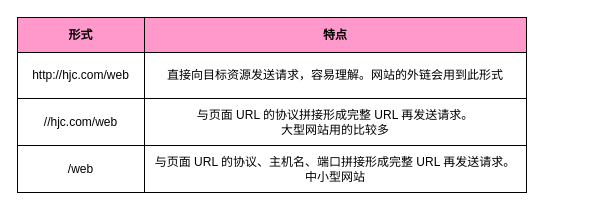
This is page "绝对路径" (9 of 10) of nodejs.drawio from letengzz/Drawing, a draw.io file, before an edit. Source tidied: cells renumbered, new cells numbered last; positions are measured from the earlier drawing's top-left corner, leaving out a move shared by most shapes. Both pictures are drawn from the tidied source at 100%, with x=0, y=0 at pixel (17, 17).
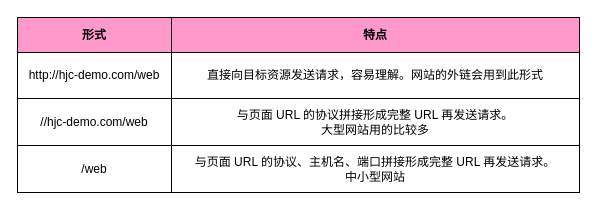
After the change.

Diff of the diagram source:
```diff
@@
 <mxGraphModel>
   <root>
     <mxCell id="0" />
     <mxCell id="1" parent="0" />
     <mxCell id="2" style="childLayout=tableLayout;shadow=0;fillColor=none;" parent="1" vertex="1">
-      <mxGeometry width="509" height="175" as="geometry" />
+      <mxGeometry width="562" height="175" as="geometry" />
     </mxCell>
     <mxCell id="3" style="shape=tableRow;horizontal=0;startSize=0;swimlaneHead=0;swimlaneBody=0;top=0;left=0;bottom=0;right=0;fontStyle=0;fillColor=none;strokeColor=inherit;" parent="2" vertex="1">
-      <mxGeometry width="509" height="35" as="geometry" />
+      <mxGeometry width="562" height="35" as="geometry" />
     </mxCell>
     <mxCell id="4" value="形式" style="strokeColor=inherit;fillColor=#FF99CC;align=center;whiteSpace=wrap;html=1;fontStyle=1;" parent="3" vertex="1">
-      <mxGeometry width="127" height="35" as="geometry" />
+      <mxGeometry width="154" height="35" as="geometry" />
     </mxCell>
     <mxCell id="5" value="特点" style="strokeColor=inherit;fillColor=#FF99CC;align=center;whiteSpace=wrap;html=1;fontStyle=1;" parent="3" vertex="1">
-      <mxGeometry x="127" width="382" height="35" as="geometry" />
+      <mxGeometry x="154" width="408" height="35" as="geometry" />
     </mxCell>
     <mxCell id="6" style="shape=tableRow;horizontal=0;startSize=0;swimlaneHead=0;swimlaneBody=0;top=0;left=0;bottom=0;right=0;fontStyle=0;fillColor=none;strokeColor=inherit;" parent="2" vertex="1">
-      <mxGeometry y="35" width="509" height="46" as="geometry" />
+      <mxGeometry y="35" width="562" height="46" as="geometry" />
     </mxCell>
-    <mxCell id="7" value="http://hjc.com/web" style="strokeColor=inherit;fillColor=none;align=center;whiteSpace=wrap;html=1;" parent="6" vertex="1">
-      <mxGeometry width="127" height="46" as="geometry" />
+    <mxCell id="7" value="http://hjc-demo.com/web" style="strokeColor=inherit;fillColor=none;align=center;whiteSpace=wrap;html=1;" parent="6" vertex="1">
+      <mxGeometry width="154" height="46" as="geometry" />
     </mxCell>
     <mxCell id="8" value="直接向目标资源发送请求，容易理解。网站的外链会用到此形式" style="strokeColor=inherit;fillColor=none;align=center;whiteSpace=wrap;html=1;" parent="6" vertex="1">
-      <mxGeometry x="127" width="382" height="46" as="geometry" />
+      <mxGeometry x="154" width="408" height="46" as="geometry" />
     </mxCell>
     <mxCell id="9" style="shape=tableRow;horizontal=0;startSize=0;swimlaneHead=0;swimlaneBody=0;top=0;left=0;bottom=0;right=0;fontStyle=0;fillColor=none;strokeColor=inherit;" parent="2" vertex="1">
-      <mxGeometry y="81" width="509" height="47" as="geometry" />
+      <mxGeometry y="81" width="562" height="47" as="geometry" />
     </mxCell>
-    <mxCell id="10" value="//hjc.com/web" style="strokeColor=inherit;fillColor=none;align=center;whiteSpace=wrap;html=1;" parent="9" vertex="1">
-      <mxGeometry width="127" height="47" as="geometry" />
+    <mxCell id="10" value="//hjc-demo.com/web" style="strokeColor=inherit;fillColor=none;align=center;whiteSpace=wrap;html=1;" parent="9" vertex="1">
+      <mxGeometry width="154" height="47" as="geometry" />
     </mxCell>
     <mxCell id="11" value="与页面 URL 的协议拼接形成完整 URL 再发送请求。&lt;br&gt;大型网站用的比较多" style="strokeColor=inherit;fillColor=none;align=center;whiteSpace=wrap;html=1;" parent="9" vertex="1">
-      <mxGeometry x="127" width="382" height="47" as="geometry" />
+      <mxGeometry x="154" width="408" height="47" as="geometry" />
     </mxCell>
     <mxCell id="12" style="shape=tableRow;horizontal=0;startSize=0;swimlaneHead=0;swimlaneBody=0;top=0;left=0;bottom=0;right=0;fontStyle=0;fillColor=none;strokeColor=inherit;" parent="2" vertex="1">
-      <mxGeometry y="128" width="509" height="47" as="geometry" />
+      <mxGeometry y="128" width="562" height="47" as="geometry" />
     </mxCell>
     <mxCell id="13" value="/web" style="strokeColor=inherit;fillColor=none;align=center;whiteSpace=wrap;html=1;" parent="12" vertex="1">
-      <mxGeometry width="127" height="47" as="geometry" />
+      <mxGeometry width="154" height="47" as="geometry" />
     </mxCell>
     <mxCell id="14" value="&lt;div&gt;与页面 URL 的协议、主机名、端口拼接形成完整 URL 再发送请求。&lt;/div&gt;&lt;div&gt;中小&lt;span style=&quot;background-color: initial;&quot;&gt;型网站&lt;/span&gt;&lt;/div&gt;" style="strokeColor=inherit;fillColor=none;align=center;whiteSpace=wrap;html=1;" parent="12" vertex="1">
-      <mxGeometry x="127" width="382" height="47" as="geometry" />
+      <mxGeometry x="154" width="408" height="47" as="geometry" />
     </mxCell>
   </root>
 </mxGraphModel>
```
